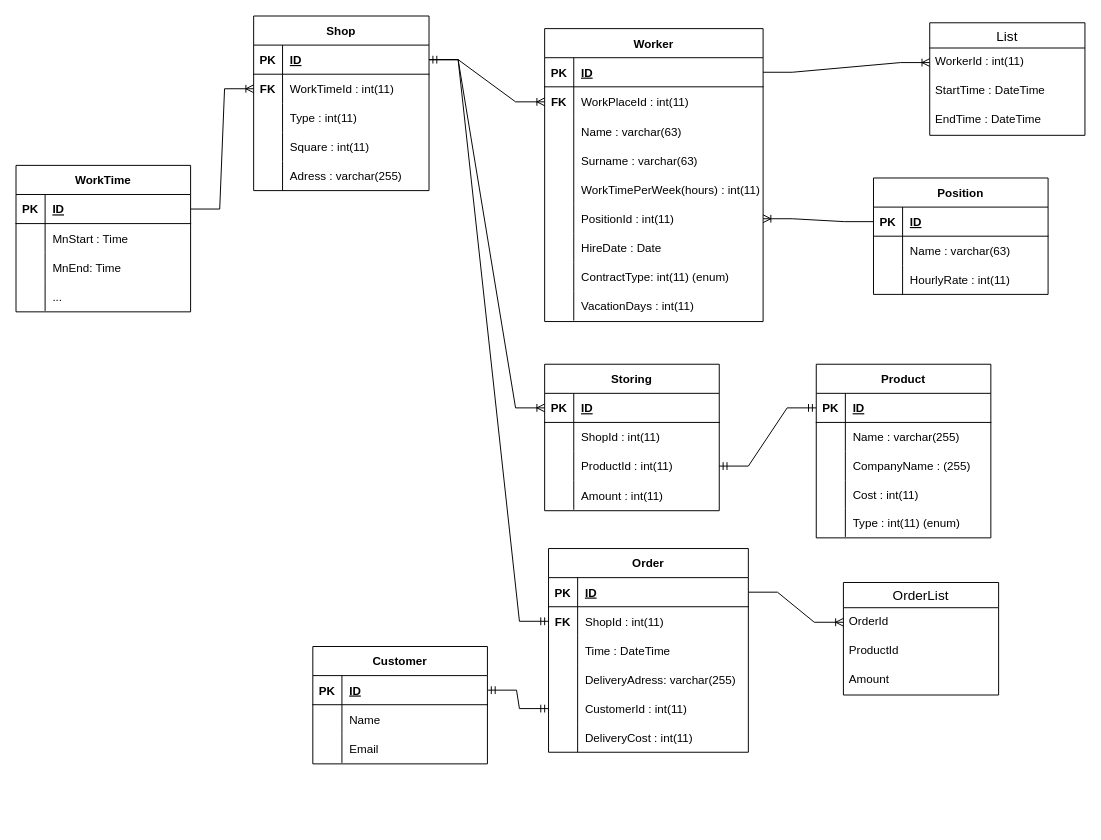
Before: Data&Er Table.drawio in XYphrodite/RIO, a draw.io diagram. Source tidied: cells renumbered, new cells numbered last; positions are measured from the earlier drawing's top-left corner, leaving out a move shared by most shapes. Both pictures are drawn from the tidied source at 97%, with x=0, y=0 at pixel (16, 16).
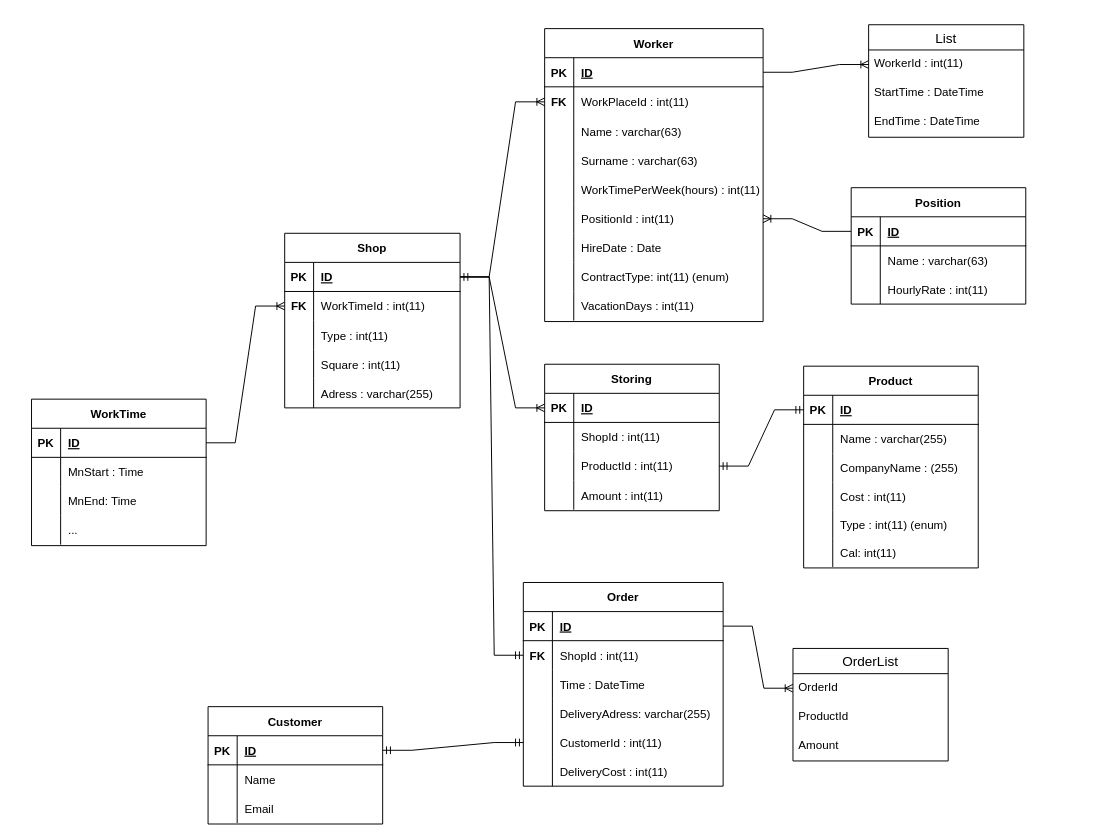
Above is the later version.

Change to the diagram source:
```diff
@@
     <mxCell id="2" value="Shop" style="shape=table;startSize=30;childLayout=tableLayout;rowLines=0;fontStyle=1;align=center;" parent="1" vertex="1">
-      <mxGeometry x="245" width="180.8" height="180" as="geometry" />
+      <mxGeometry x="277" y="224" width="180.8" height="180" as="geometry" />
     </mxCell>
@@
     <mxCell id="49" value="Position" style="shape=table;startSize=30;childLayout=tableLayout;rowLines=0;fontStyle=1;align=center;" parent="1" vertex="1">
-      <mxGeometry x="884" y="167" width="180" height="120" as="geometry" />
+      <mxGeometry x="861" y="177" width="180" height="120" as="geometry" />
     </mxCell>
@@
     <mxCell id="75" value="Product" style="shape=table;startSize=30;childLayout=tableLayout;rowLines=0;fontStyle=1;align=center;" parent="1" vertex="1">
-      <mxGeometry x="825" y="359" width="180" height="179" as="geometry" />
+      <mxGeometry x="812" y="361" width="180" height="208" as="geometry" />
     </mxCell>
@@
+    <mxCell id="147" style="shape=tableRow;horizontal=0;startSize=0;swimlaneHead=0;swimlaneBody=0;fillColor=none;top=0;left=0;right=0;bottom=0;" parent="75" vertex="1">
+      <mxGeometry y="178" width="180" height="29" as="geometry" />
+    </mxCell>
+    <mxCell id="148" style="shape=partialRectangle;fillColor=none;top=0;left=0;bottom=0;right=0;overflow=hidden;" parent="147" vertex="1">
+      <mxGeometry width="30" height="29" as="geometry" />
+    </mxCell>
+    <mxCell id="149" value="Cal: int(11)" style="shape=partialRectangle;fillColor=none;top=0;left=0;bottom=0;right=0;align=left;spacingLeft=6;overflow=hidden;" parent="147" vertex="1">
+      <mxGeometry x="30" width="150" height="29" as="geometry" />
+    </mxCell>
@@
     <mxCell id="92" value="Order" style="shape=table;startSize=30;childLayout=tableLayout;rowLines=0;fontStyle=1;align=center;" parent="1" vertex="1">
-      <mxGeometry x="549" y="549" width="206" height="210" as="geometry" />
+      <mxGeometry x="523" y="584" width="206" height="210" as="geometry" />
     </mxCell>
@@
     <mxCell id="112" value="OrderList" style="swimlane;fontStyle=0;horizontal=1;startSize=26;align=center;fontSize=14;" parent="1" vertex="1">
-      <mxGeometry x="853" y="584" width="160" height="116" as="geometry" />
+      <mxGeometry x="801" y="652" width="160" height="116" as="geometry" />
     </mxCell>
@@
     <mxCell id="117" value="List" style="swimlane;fontStyle=0;horizontal=1;startSize=26;align=center;fontSize=14;" parent="1" vertex="1">
-      <mxGeometry x="942" y="7" width="160" height="116" as="geometry" />
+      <mxGeometry x="879" y="9" width="160" height="116" as="geometry" />
     </mxCell>
@@
     <mxCell id="122" value="Customer" style="shape=table;startSize=30;childLayout=tableLayout;rowLines=0;fontStyle=1;align=center;" parent="1" vertex="1">
-      <mxGeometry x="306" y="650" width="180" height="121" as="geometry" />
+      <mxGeometry x="198" y="712" width="180" height="121" as="geometry" />
     </mxCell>
@@
     <mxCell id="133" value="WorkTime" style="shape=table;startSize=30;childLayout=tableLayout;rowLines=0;fontStyle=1;align=center;strokeColor=#000000;" parent="1" vertex="1">
-      <mxGeometry y="154" width="180" height="151" as="geometry" />
+      <mxGeometry x="16" y="395" width="180" height="151" as="geometry" />
     </mxCell>
```
